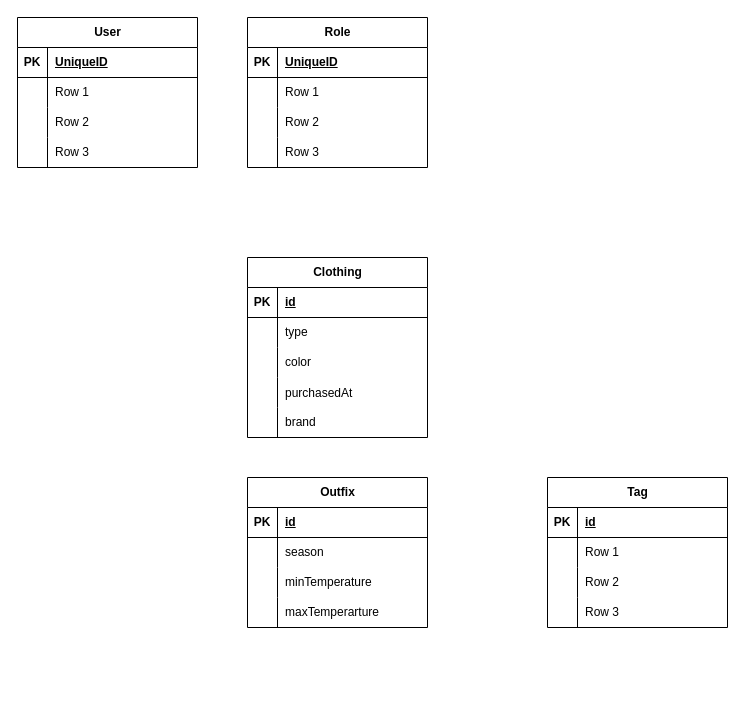
Before: sort.drawio in huangshijie/Drawio, a draw.io diagram. Source tidied: cells renumbered, new cells numbered last; positions are measured from the earlier drawing's top-left corner, leaving out a move shared by most shapes. Both pictures are drawn from the tidied source at 100%, with x=0, y=0 at pixel (17, 17).
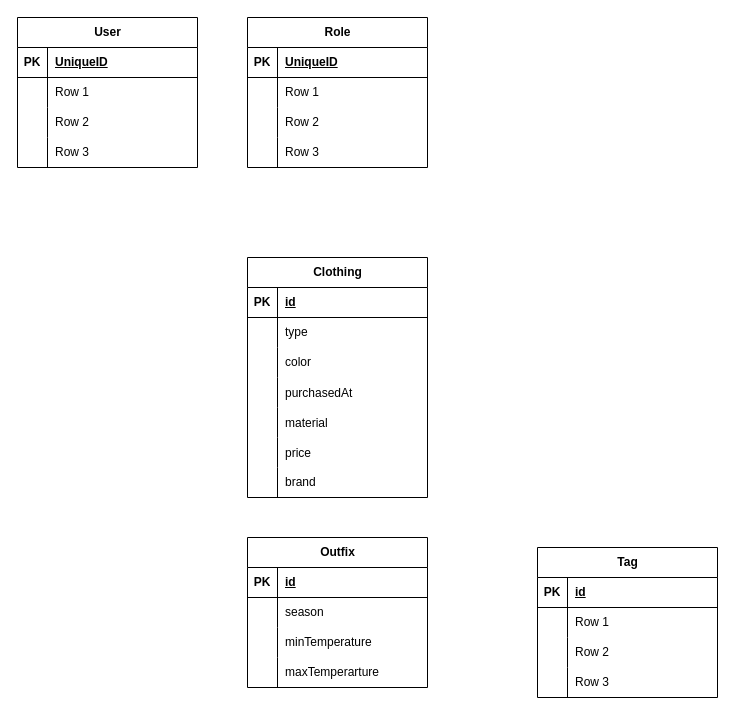
The same diagram, later.

What changed in the source:
```diff
@@
     <mxCell id="2" value="Clothing" style="shape=table;startSize=30;childLayout=tableLayout;rowLines=0;fontStyle=1;align=center;html=1;" parent="1" vertex="1">
-      <mxGeometry x="230" y="240" width="180" height="180" as="geometry" />
+      <mxGeometry x="230" y="240" width="180" height="240" as="geometry" />
     </mxCell>
@@
+    <mxCell id="70" style="shape=tableRow;horizontal=0;startSize=0;swimlaneHead=0;swimlaneBody=0;fillColor=none;top=0;left=0;right=0;bottom=0;" parent="2" vertex="1">
+      <mxGeometry y="150" width="180" height="30" as="geometry" />
+    </mxCell>
+    <mxCell id="71" style="shape=partialRectangle;fillColor=none;top=0;left=0;bottom=0;right=0;overflow=hidden;" parent="70" vertex="1">
+      <mxGeometry width="30" height="30" as="geometry" />
+    </mxCell>
+    <mxCell id="72" value="material" style="shape=partialRectangle;fillColor=none;top=0;left=0;bottom=0;right=0;align=left;spacingLeft=6;overflow=hidden;" parent="70" vertex="1">
+      <mxGeometry x="30" width="150" height="30" as="geometry" />
+    </mxCell>
+    <mxCell id="73" style="shape=tableRow;horizontal=0;startSize=0;swimlaneHead=0;swimlaneBody=0;fillColor=none;top=0;left=0;right=0;bottom=0;" parent="2" vertex="1">
+      <mxGeometry y="180" width="180" height="30" as="geometry" />
+    </mxCell>
+    <mxCell id="74" style="shape=partialRectangle;fillColor=none;top=0;left=0;bottom=0;right=0;overflow=hidden;" parent="73" vertex="1">
+      <mxGeometry width="30" height="30" as="geometry" />
+    </mxCell>
+    <mxCell id="75" value="price" style="shape=partialRectangle;fillColor=none;top=0;left=0;bottom=0;right=0;align=left;spacingLeft=6;overflow=hidden;" parent="73" vertex="1">
+      <mxGeometry x="30" width="150" height="30" as="geometry" />
+    </mxCell>
     <mxCell id="15" style="shape=tableRow;horizontal=0;startSize=0;swimlaneHead=0;swimlaneBody=0;fillColor=none;top=0;left=0;right=0;bottom=0;" parent="2" vertex="1">
-      <mxGeometry y="150" width="180" height="30" as="geometry" />
+      <mxGeometry y="210" width="180" height="30" as="geometry" />
     </mxCell>
@@
     <mxCell id="44" value="Outfix" style="shape=table;startSize=30;childLayout=tableLayout;rowLines=0;fontStyle=1;align=center;html=1;" parent="1" vertex="1">
-      <mxGeometry x="230" y="460" width="180" height="150" as="geometry" />
+      <mxGeometry x="230" y="520" width="180" height="150" as="geometry" />
     </mxCell>
@@
     <mxCell id="57" value="Tag" style="shape=table;startSize=30;childLayout=tableLayout;rowLines=0;fontStyle=1;align=center;html=1;" parent="1" vertex="1">
-      <mxGeometry x="530" y="460" width="180" height="150" as="geometry" />
+      <mxGeometry x="520" y="530" width="180" height="150" as="geometry" />
     </mxCell>
```
